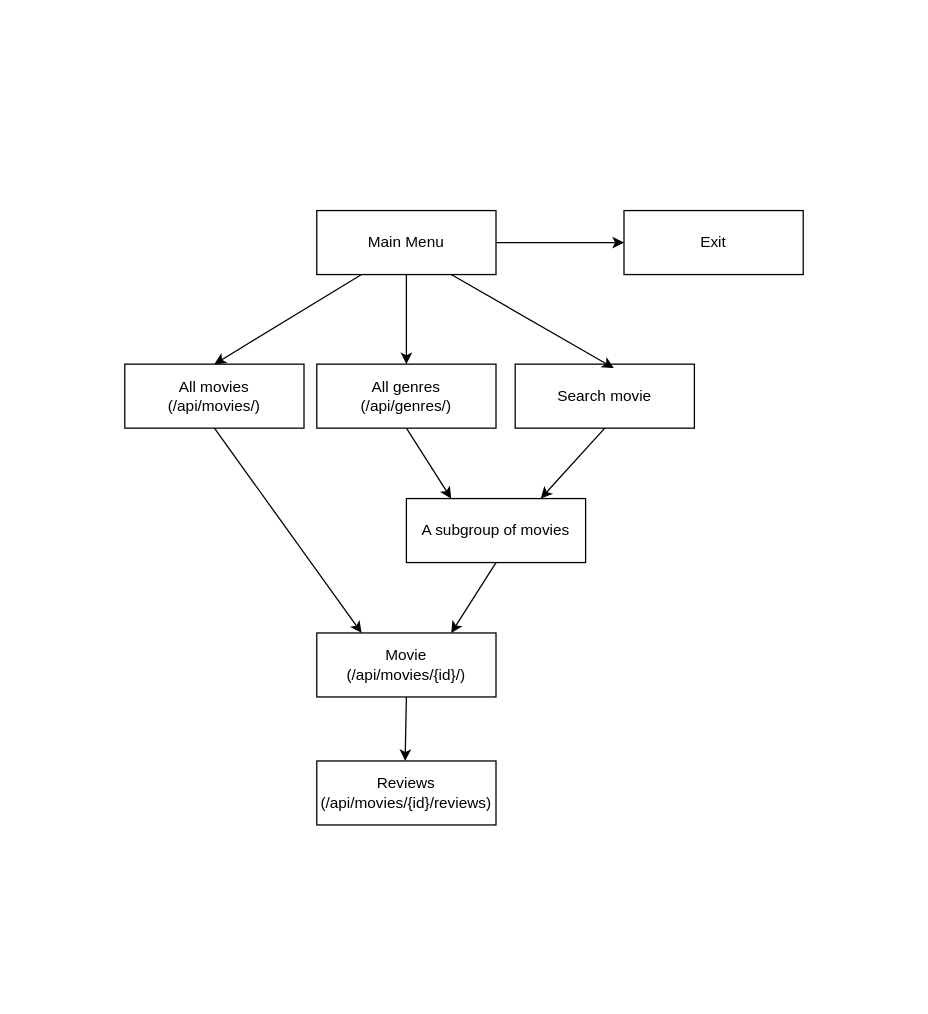
The draw.io diagram wiki_images/client_diagram.drawio in hennaoj/Movie-Rating-System, before the edit. Source tidied: cells renumbered, new cells numbered last; positions are measured from the earlier drawing's top-left corner, leaving out a move shared by most shapes. Both pictures are drawn from the tidied source at 128%, with x=0, y=0 at pixel (124, 210).
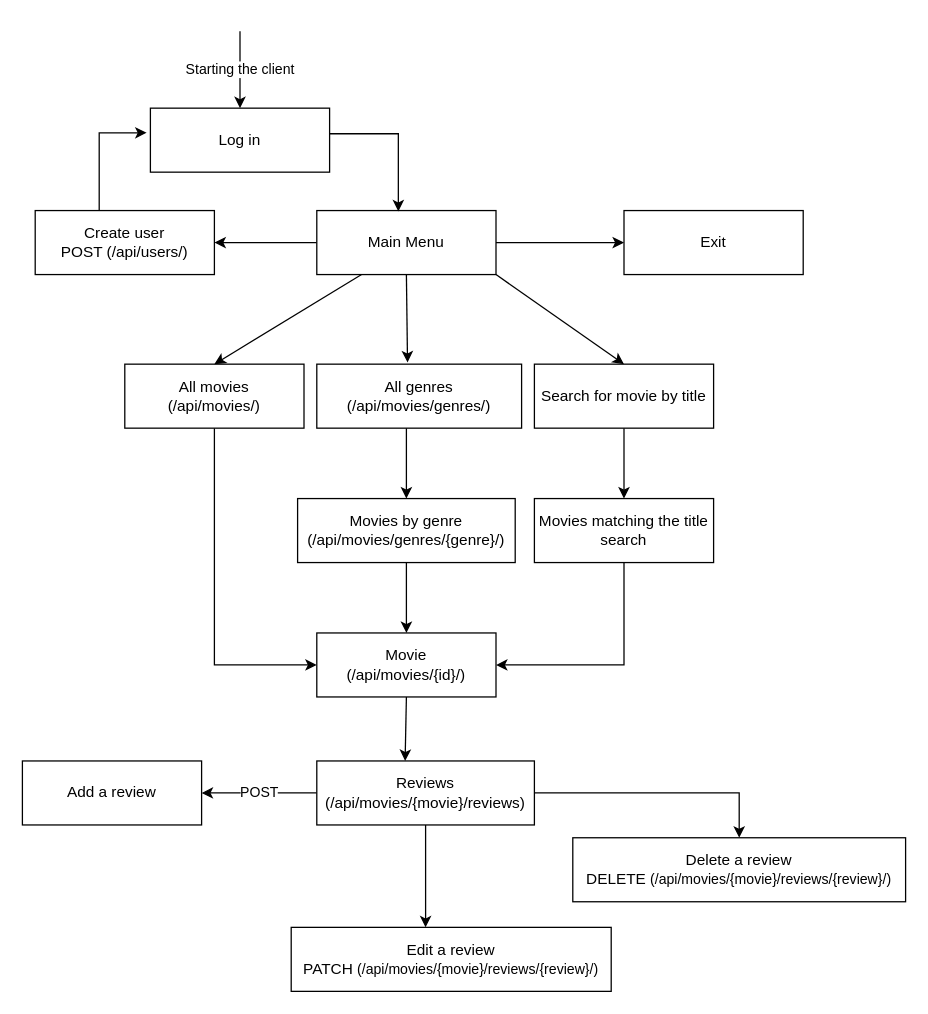
After the change.

Commit message (it also covers changes not shown here):
updated client diagram

The change refers to these unchanged cells:
```xml
<mxCell id="2" value="Main Menu" style="whiteSpace=wrap;html=1;" parent="1" vertex="1">
  <mxGeometry x="150" width="140" height="50" as="geometry" />
</mxCell>
<mxCell id="4" value="All movies&lt;br&gt;(/api/movies/)" style="whiteSpace=wrap;html=1;" parent="1" vertex="1">
  <mxGeometry y="120" width="140" height="50" as="geometry" />
</mxCell>
<mxCell id="8" value="Movie&lt;br&gt;(/api/movies/{id}/)" style="rounded=0;whiteSpace=wrap;html=1;" parent="1" vertex="1">
  <mxGeometry x="150" y="330" width="140" height="50" as="geometry" />
</mxCell>
```

Change to the diagram source:
```diff
@@
+    <mxCell id="19" style="edgeStyle=orthogonalEdgeStyle;rounded=0;jettySize=auto;html=1;" parent="1" edge="1" source="2" target="26">
+      <mxGeometry relative="1" as="geometry">
+        <Array as="points">
+          <mxPoint x="120" y="25" />
+          <mxPoint x="120" y="25" />
+        </Array>
+      </mxGeometry>
+    </mxCell>
@@
+    <mxCell id="20" style="edgeStyle=orthogonalEdgeStyle;rounded=0;jettySize=auto;html=1;entryX=0;entryY=0.5;entryDx=0;entryDy=0;" parent="1" edge="1" source="4" target="8">
+      <mxGeometry relative="1" as="geometry">
+        <Array as="points">
+          <mxPoint x="70" y="355" />
+        </Array>
+      </mxGeometry>
+    </mxCell>
@@
+    <mxCell id="14" style="edgeStyle=orthogonalEdgeStyle;rounded=0;jettySize=auto;html=1;" parent="1" edge="1" source="5" target="7">
+      <mxGeometry relative="1" as="geometry">
+        <Array as="points">
+          <mxPoint x="220" y="210" />
+          <mxPoint x="220" y="210" />
+        </Array>
+      </mxGeometry>
+    </mxCell>
-    <mxCell id="5" value="All genres&lt;br&gt;(/api/genres/)" style="whiteSpace=wrap;html=1;" parent="1" vertex="1">
-      <mxGeometry x="150" y="120" width="140" height="50" as="geometry" />
+    <mxCell id="5" value="All genres&lt;br&gt;(/api/movies/genres/)" style="whiteSpace=wrap;html=1;" parent="1" vertex="1">
+      <mxGeometry x="150" y="120" width="160" height="50" as="geometry" />
     </mxCell>
+    <mxCell id="21" style="edgeStyle=orthogonalEdgeStyle;rounded=0;jettySize=auto;html=1;" parent="1" edge="1" source="6" target="32">
+      <mxGeometry relative="1" as="geometry" />
+    </mxCell>
-    <mxCell id="6" value="Search movie" style="whiteSpace=wrap;html=1;" parent="1" vertex="1">
-      <mxGeometry x="305" y="120" width="140" height="50" as="geometry" />
+    <mxCell id="6" value="Search for movie by title" style="whiteSpace=wrap;html=1;" parent="1" vertex="1">
+      <mxGeometry x="320" y="120" width="140" height="50" as="geometry" />
     </mxCell>
+    <mxCell id="15" style="edgeStyle=orthogonalEdgeStyle;rounded=0;jettySize=auto;html=1;" parent="1" edge="1" source="7" target="8">
+      <mxGeometry relative="1" as="geometry">
+        <Array as="points">
+          <mxPoint x="220" y="290" />
+          <mxPoint x="220" y="290" />
+        </Array>
+      </mxGeometry>
+    </mxCell>
-    <mxCell id="7" value="A subgroup of movies" style="rounded=0;whiteSpace=wrap;html=1;" parent="1" vertex="1">
-      <mxGeometry x="220" y="225" width="140" height="50" as="geometry" />
+    <mxCell id="7" value="Movies by genre&lt;br&gt;(/api/movies/genres/{genre}/)" style="rounded=0;whiteSpace=wrap;html=1;" parent="1" vertex="1">
+      <mxGeometry x="135" y="225" width="170" height="50" as="geometry" />
     </mxCell>
@@
+    <mxCell id="22" value="POST" style="edgeStyle=orthogonalEdgeStyle;rounded=0;jettySize=auto;html=1;" parent="1" edge="1" source="9" target="28">
+      <mxGeometry relative="1" as="geometry" />
+    </mxCell>
+    <mxCell id="23" style="edgeStyle=orthogonalEdgeStyle;rounded=0;jettySize=auto;html=1;" parent="1" edge="1" source="9" target="29">
+      <mxGeometry relative="1" as="geometry">
+        <Array as="points">
+          <mxPoint x="235" y="530" />
+          <mxPoint x="235" y="530" />
+        </Array>
+      </mxGeometry>
+    </mxCell>
+    <mxCell id="24" style="edgeStyle=orthogonalEdgeStyle;rounded=0;jettySize=auto;html=1;" parent="1" edge="1" source="9" target="30">
+      <mxGeometry x="0.67" relative="1" as="geometry" />
+    </mxCell>
-    <mxCell id="9" value="Reviews&lt;br&gt;(/api/movies/{id}/reviews)" style="rounded=0;whiteSpace=wrap;html=1;" parent="1" vertex="1">
-      <mxGeometry x="150" y="430" width="140" height="50" as="geometry" />
+    <mxCell id="9" value="Reviews&lt;br&gt;(/api/movies/{movie}/reviews)" style="rounded=0;whiteSpace=wrap;html=1;" parent="1" vertex="1">
+      <mxGeometry x="150" y="430" width="170" height="50" as="geometry" />
     </mxCell>
@@
-    <mxCell id="11" style="endArrow=classic;html=1;rounded=0;exitX=0.5;exitY=1;exitDx=0;exitDy=0;entryX=0.5;entryY=0;entryDx=0;entryDy=0;" parent="1" edge="1" source="2" target="5">
+    <mxCell id="11" style="endArrow=classic;html=1;rounded=0;exitX=0.5;exitY=1;exitDx=0;exitDy=0;entryX=0.443;entryY=-0.027;entryDx=0;entryDy=0;entryPerimeter=0;" parent="1" edge="1" source="2" target="5">
       <mxGeometry relative="1" as="geometry" />
     </mxCell>
-    <mxCell id="12" style="endArrow=classic;html=1;rounded=0;entryX=0.55;entryY=0.06;entryDx=0;entryDy=0;entryPerimeter=0;exitX=0.75;exitY=1;exitDx=0;exitDy=0;" parent="1" edge="1" source="2" target="6">
-      <mxGeometry relative="1" as="geometry" />
-    </mxCell>
-    <mxCell id="13" style="endArrow=classic;html=1;rounded=0;exitX=0.5;exitY=1;exitDx=0;exitDy=0;entryX=0.75;entryY=0;entryDx=0;entryDy=0;" parent="1" edge="1" source="6" target="7">
-      <mxGeometry relative="1" as="geometry" />
-    </mxCell>
-    <mxCell id="14" style="endArrow=classic;html=1;rounded=0;exitX=0.5;exitY=1;exitDx=0;exitDy=0;entryX=0.25;entryY=0;entryDx=0;entryDy=0;" parent="1" edge="1" source="5" target="7">
-      <mxGeometry relative="1" as="geometry" />
-    </mxCell>
-    <mxCell id="15" style="endArrow=classic;html=1;rounded=0;exitX=0.5;exitY=1;exitDx=0;exitDy=0;entryX=0.75;entryY=0;entryDx=0;entryDy=0;" parent="1" edge="1" source="7" target="8">
-      <mxGeometry relative="1" as="geometry" />
-    </mxCell>
@@
-    <mxCell id="18" style="endArrow=classic;html=1;rounded=0;entryX=0.25;entryY=0;entryDx=0;entryDy=0;" parent="1" edge="1" target="8">
-      <mxGeometry relative="1" as="geometry">
-        <mxPoint x="70" y="170" as="sourcePoint" />
-      </mxGeometry>
-    </mxCell>
+    <mxCell id="25" style="edgeStyle=orthogonalEdgeStyle;rounded=0;jettySize=auto;html=1;entryX=-0.021;entryY=0.385;entryDx=0;entryDy=0;entryPerimeter=0;" parent="1" edge="1" source="26" target="34">
+      <mxGeometry relative="1" as="geometry">
+        <Array as="points">
+          <mxPoint x="-20" y="-61" />
+        </Array>
+      </mxGeometry>
+    </mxCell>
+    <mxCell id="26" value="Create user&lt;br&gt;POST (/api/users/)" style="whiteSpace=wrap;html=1;" parent="1" vertex="1">
+      <mxGeometry x="-70" width="140" height="50" as="geometry" />
+    </mxCell>
+    <mxCell id="27" style="edgeStyle=orthogonalEdgeStyle;rounded=0;orthogonalLoop=1;jettySize=auto;html=1;exitX=0.5;exitY=1;exitDx=0;exitDy=0;" parent="1" edge="1" source="26" target="26">
+      <mxGeometry relative="1" as="geometry" />
+    </mxCell>
+    <mxCell id="28" value="Add a review" style="rounded=0;whiteSpace=wrap;html=1;" parent="1" vertex="1">
+      <mxGeometry x="-80" y="430" width="140" height="50" as="geometry" />
+    </mxCell>
+    <mxCell id="29" value="Edit a review&lt;br&gt;PATCH&amp;nbsp;&lt;span style=&quot;font-size: 11px; background-color: rgb(255, 255, 255);&quot;&gt;(/api/movies/{movie}/reviews/{review}/)&lt;/span&gt;" style="rounded=0;whiteSpace=wrap;html=1;" parent="1" vertex="1">
+      <mxGeometry x="130" y="560" width="250" height="50" as="geometry" />
+    </mxCell>
+    <mxCell id="30" value="Delete a review&lt;br&gt;DELETE&amp;nbsp;&lt;span style=&quot;font-size: 11px; background-color: rgb(255, 255, 255);&quot;&gt;(/api/movies/{movie}/reviews/{review}/)&lt;/span&gt;" style="rounded=0;whiteSpace=wrap;html=1;" parent="1" vertex="1">
+      <mxGeometry x="350" y="490" width="260" height="50" as="geometry" />
+    </mxCell>
+    <mxCell id="12" style="endArrow=classic;html=1;rounded=0;exitX=1;exitY=1;exitDx=0;exitDy=0;entryX=0.5;entryY=0;entryDx=0;entryDy=0;" parent="1" edge="1" source="2" target="6">
+      <mxGeometry relative="1" as="geometry" />
+    </mxCell>
+    <mxCell id="31" style="edgeStyle=orthogonalEdgeStyle;rounded=0;jettySize=auto;html=1;entryX=1;entryY=0.5;entryDx=0;entryDy=0;" parent="1" edge="1" source="32" target="8">
+      <mxGeometry relative="1" as="geometry">
+        <Array as="points">
+          <mxPoint x="390" y="355" />
+        </Array>
+      </mxGeometry>
+    </mxCell>
+    <mxCell id="32" value="Movies matching the title search" style="whiteSpace=wrap;html=1;" parent="1" vertex="1">
+      <mxGeometry x="320" y="225" width="140" height="50" as="geometry" />
+    </mxCell>
+    <mxCell id="33" style="edgeStyle=orthogonalEdgeStyle;rounded=0;jettySize=auto;html=1;entryX=0.455;entryY=0.013;entryDx=0;entryDy=0;entryPerimeter=0;" parent="1" edge="1" source="34" target="2">
+      <mxGeometry relative="1" as="geometry">
+        <Array as="points">
+          <mxPoint x="214" y="-60" />
+        </Array>
+      </mxGeometry>
+    </mxCell>
+    <mxCell id="34" value="Log in" style="whiteSpace=wrap;html=1;" parent="1" vertex="1">
+      <mxGeometry x="20" y="-80" width="140" height="50" as="geometry" />
+    </mxCell>
+    <mxCell id="35" value="Starting the client" style="endArrow=classic;html=1;rounded=0;entryX=0.5;entryY=0;entryDx=0;entryDy=0;" parent="1" edge="1" target="34">
+      <mxGeometry relative="1" as="geometry">
+        <mxPoint x="90" y="-140" as="sourcePoint" />
+        <Array as="points">
+          <mxPoint x="90" y="-140" />
+        </Array>
+      </mxGeometry>
+    </mxCell>
```
